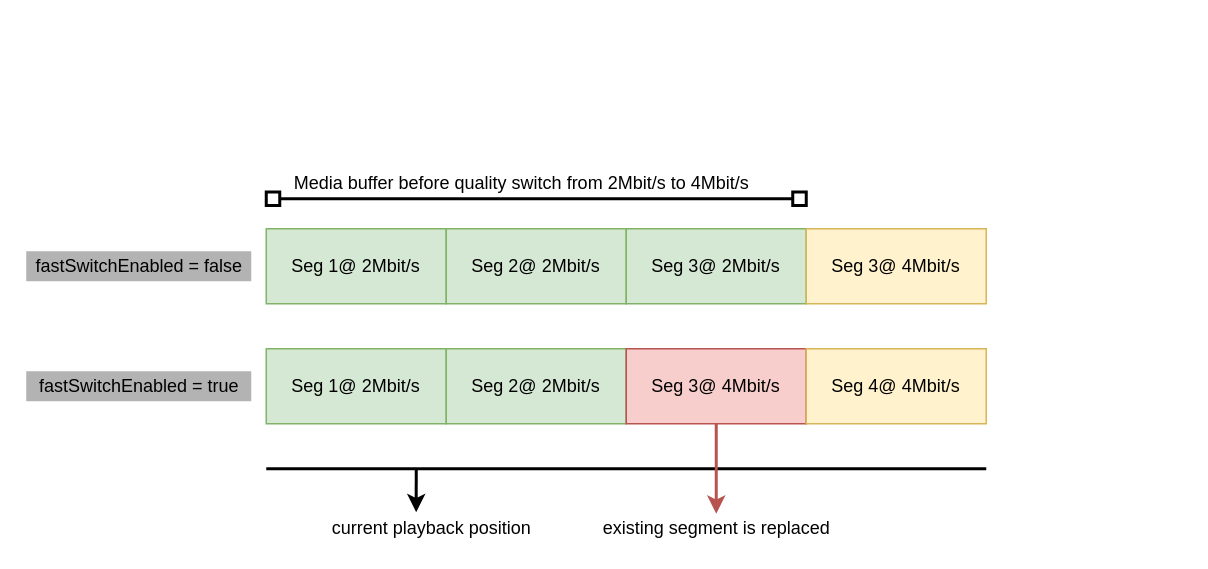
Above: assets/images/sources/fastswitch.drawio in dsilhavy/dashjs-jekyll-documentation (draw.io), before the change. Source tidied: cells renumbered, new cells numbered last; positions are measured from the earlier drawing's top-left corner, leaving out a move shared by most shapes. Both pictures are drawn from the tidied source at 150%, with x=0, y=0 at pixel (26, 168).
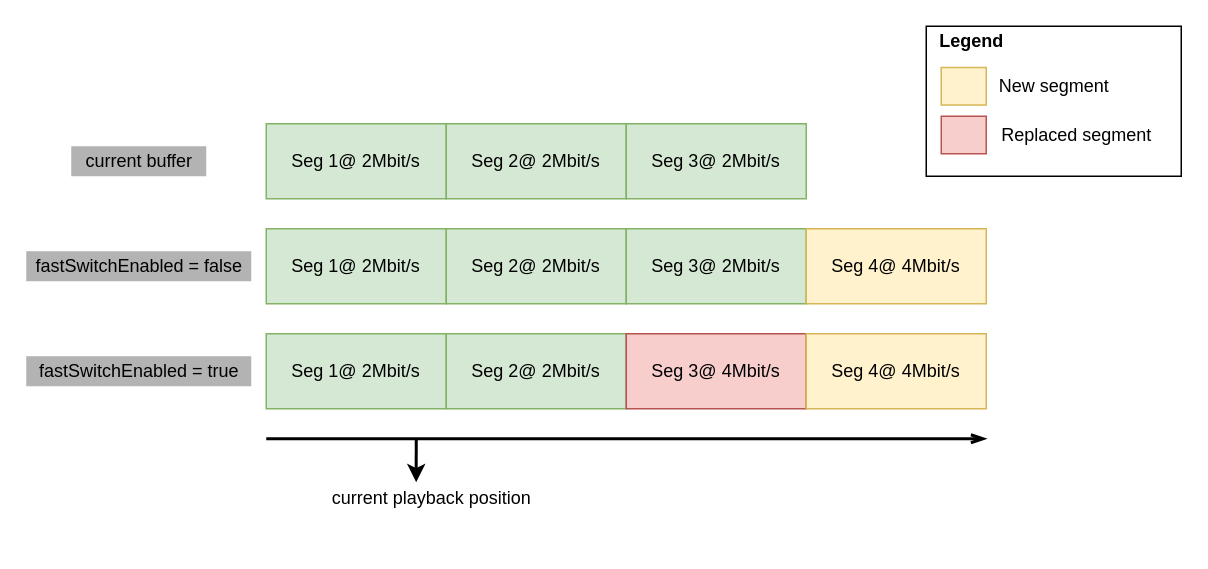
The same page after the edit.

Commit message (it also covers changes not shown here):
Reworked fastswitch image

Diff of the diagram source:
```diff
@@
     <mxCell id="5" value="Seg 1@ 2Mbit/s" style="rounded=0;whiteSpace=wrap;html=1;fillColor=#d5e8d4;strokeColor=#82b366;" parent="1" vertex="1">
-      <mxGeometry x="160" y="120" width="120" height="50" as="geometry" />
+      <mxGeometry x="160" y="110" width="120" height="50" as="geometry" />
     </mxCell>
     <mxCell id="6" value="Seg 2@ 2Mbit/s" style="rounded=0;whiteSpace=wrap;html=1;fillColor=#d5e8d4;strokeColor=#82b366;" parent="1" vertex="1">
-      <mxGeometry x="280" y="120" width="120" height="50" as="geometry" />
+      <mxGeometry x="280" y="110" width="120" height="50" as="geometry" />
     </mxCell>
     <mxCell id="7" value="Seg 3@ 4Mbit/s" style="rounded=0;whiteSpace=wrap;html=1;fillColor=#f8cecc;strokeColor=#b85450;" parent="1" vertex="1">
-      <mxGeometry x="400" y="120" width="120" height="50" as="geometry" />
+      <mxGeometry x="400" y="110" width="120" height="50" as="geometry" />
     </mxCell>
-    <mxCell id="8" value="Seg 3@ 4Mbit/s" style="rounded=0;whiteSpace=wrap;html=1;fillColor=#fff2cc;strokeColor=#d6b656;" parent="1" vertex="1">
+    <mxCell id="8" value="Seg 4@ 4Mbit/s" style="rounded=0;whiteSpace=wrap;html=1;fillColor=#fff2cc;strokeColor=#d6b656;" parent="1" vertex="1">
       <mxGeometry x="520" y="40" width="120" height="50" as="geometry" />
     </mxCell>
     <mxCell id="9" value="Seg 4@ 4Mbit/s" style="rounded=0;whiteSpace=wrap;html=1;fillColor=#fff2cc;strokeColor=#d6b656;" parent="1" vertex="1">
-      <mxGeometry x="520" y="120" width="120" height="50" as="geometry" />
+      <mxGeometry x="520" y="110" width="120" height="50" as="geometry" />
     </mxCell>
     <mxCell id="10" value="current playback position" style="text;html=1;align=center;verticalAlign=middle;points=[];strokeColor=none;fillColor=none;" parent="1" vertex="1">
-      <mxGeometry x="195" y="230" width="150" height="20" as="geometry" />
+      <mxGeometry x="195" y="210" width="150" height="20" as="geometry" />
     </mxCell>
-    <mxCell id="11" style="endArrow=none;html=1;rounded=0;strokeWidth=2;" parent="1" edge="1">
+    <mxCell id="11" style="endArrow=openThin;html=1;rounded=0;strokeWidth=2;endFill=0;" parent="1" edge="1">
       <mxGeometry relative="1" as="geometry">
-        <mxPoint x="160" y="200" as="sourcePoint" />
-        <mxPoint x="640" y="200" as="targetPoint" />
+        <mxPoint x="160" y="180" as="sourcePoint" />
+        <mxPoint x="640" y="180" as="targetPoint" />
       </mxGeometry>
     </mxCell>
-    <mxCell id="12" style="endArrow=classic;html=1;rounded=0;strokeWidth=2;entryX=0.433;entryY=-0.05;entryDx=0;entryDy=0;entryPerimeter=0;" parent="1" edge="1" target="10">
+    <mxCell id="12" style="endArrow=classic;html=1;rounded=0;strokeWidth=2;entryX=0.433;entryY=-0.05;entryDx=0;entryDy=0;entryPerimeter=0;endFill=1;" parent="1" edge="1" target="10">
       <mxGeometry relative="1" as="geometry">
-        <mxPoint x="260" y="200" as="sourcePoint" />
+        <mxPoint x="260" y="180" as="sourcePoint" />
       </mxGeometry>
     </mxCell>
-    <mxCell id="13" style="endArrow=box;html=1;rounded=0;strokeWidth=2;startArrow=box;startFill=0;endFill=0;" parent="1" edge="1">
-      <mxGeometry relative="1" as="geometry">
-        <mxPoint x="160" y="20" as="sourcePoint" />
-        <mxPoint x="520" y="20" as="targetPoint" />
-      </mxGeometry>
-    </mxCell>
-    <mxCell id="14" value="Media buffer before quality switch from 2Mbit/s to 4Mbit/s" style="text;html=1;align=center;verticalAlign=middle;strokeColor=none;fillColor=none;" parent="1" vertex="1">
-      <mxGeometry x="170" width="320" height="20" as="geometry" />
-    </mxCell>
     <mxCell id="15" value="fastSwitchEnabled = true" style="text;html=1;align=center;verticalAlign=middle;strokeColor=none;fillColor=#B3B3B3;" parent="1" vertex="1">
-      <mxGeometry y="135" width="150" height="20" as="geometry" />
+      <mxGeometry y="125" width="150" height="20" as="geometry" />
     </mxCell>
@@
-    <mxCell id="17" style="endArrow=classic;html=1;rounded=0;strokeWidth=2;exitX=0.5;exitY=1;exitDx=0;exitDy=0;fillColor=#f8cecc;strokeColor=#b85450;" parent="1" edge="1" source="7">
-      <mxGeometry relative="1" as="geometry">
-        <mxPoint x="460" y="230" as="targetPoint" />
-      </mxGeometry>
-    </mxCell>
-    <mxCell id="18" value="existing segment is replaced" style="text;html=1;align=center;verticalAlign=middle;strokeColor=none;fillColor=none;" parent="1" vertex="1">
-      <mxGeometry x="375" y="230" width="170" height="20" as="geometry" />
-    </mxCell>
+    <mxCell id="19" value="Seg 1@ 2Mbit/s" style="rounded=0;whiteSpace=wrap;html=1;fillColor=#d5e8d4;strokeColor=#82b366;" parent="1" vertex="1">
+      <mxGeometry x="160" y="-30" width="120" height="50" as="geometry" />
+    </mxCell>
+    <mxCell id="20" value="Seg 2@ 2Mbit/s" style="rounded=0;whiteSpace=wrap;html=1;fillColor=#d5e8d4;strokeColor=#82b366;" parent="1" vertex="1">
+      <mxGeometry x="280" y="-30" width="120" height="50" as="geometry" />
+    </mxCell>
+    <mxCell id="21" value="Seg 3@ 2Mbit/s" style="rounded=0;whiteSpace=wrap;html=1;fillColor=#d5e8d4;strokeColor=#82b366;" parent="1" vertex="1">
+      <mxGeometry x="400" y="-30" width="120" height="50" as="geometry" />
+    </mxCell>
+    <mxCell id="22" value="current buffer" style="text;html=1;align=center;verticalAlign=middle;strokeColor=none;fillColor=#B3B3B3;" parent="1" vertex="1">
+      <mxGeometry x="30" y="-15" width="90" height="20" as="geometry" />
+    </mxCell>
+    <mxCell id="23" style="group;" parent="1" vertex="1">
+      <mxGeometry x="600" y="-95" width="170" height="100" as="geometry" />
+    </mxCell>
+    <mxCell id="24" style="rounded=0;whiteSpace=wrap;html=1;fillColor=none;" parent="23" vertex="1">
+      <mxGeometry width="170" height="100" as="geometry" />
+    </mxCell>
+    <mxCell id="25" value="&lt;b&gt;Legend&lt;/b&gt;" style="text;html=1;align=center;verticalAlign=middle;strokeColor=none;fillColor=none;" parent="23" vertex="1">
+      <mxGeometry width="60" height="20" as="geometry" />
+    </mxCell>
+    <mxCell id="26" style="group;" parent="23" vertex="1">
+      <mxGeometry x="10" y="27.5" width="120" height="25" as="geometry" />
+    </mxCell>
+    <mxCell id="27" style="rounded=0;whiteSpace=wrap;html=1;fillColor=#fff2cc;strokeColor=#d6b656;" parent="26" vertex="1">
+      <mxGeometry width="30" height="25" as="geometry" />
+    </mxCell>
+    <mxCell id="28" value="New segment" style="text;html=1;align=center;verticalAlign=middle;strokeColor=none;fillColor=none;" parent="26" vertex="1">
+      <mxGeometry x="30" y="2.5" width="90" height="20" as="geometry" />
+    </mxCell>
+    <mxCell id="29" style="group;" parent="23" vertex="1">
+      <mxGeometry x="10" y="60" width="135" height="25" as="geometry" />
+    </mxCell>
+    <mxCell id="30" style="rounded=0;whiteSpace=wrap;html=1;fillColor=#f8cecc;strokeColor=#b85450;" parent="29" vertex="1">
+      <mxGeometry width="30" height="25" as="geometry" />
+    </mxCell>
+    <mxCell id="31" value="Replaced segment" style="text;html=1;align=center;verticalAlign=middle;strokeColor=none;fillColor=none;" parent="29" vertex="1">
+      <mxGeometry x="30" y="2.5" width="120" height="20" as="geometry" />
+    </mxCell>
```
